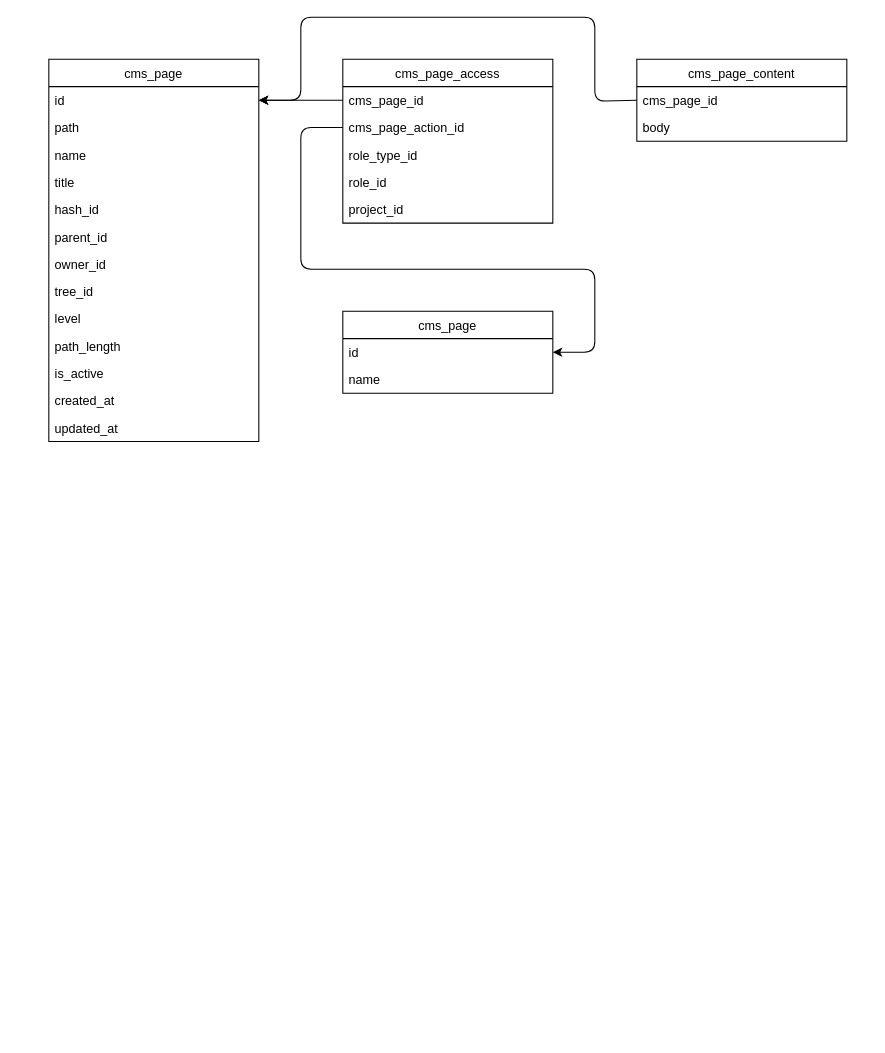
Before: Untitled Diagram.drawio in snu1743/yii2-flcms, a draw.io diagram. Source tidied: cells renumbered, new cells numbered last; positions are measured from the earlier drawing's top-left corner, leaving out a move shared by most shapes. Both pictures are drawn from the tidied source at 105%, with x=0, y=0 at pixel (48, 17).
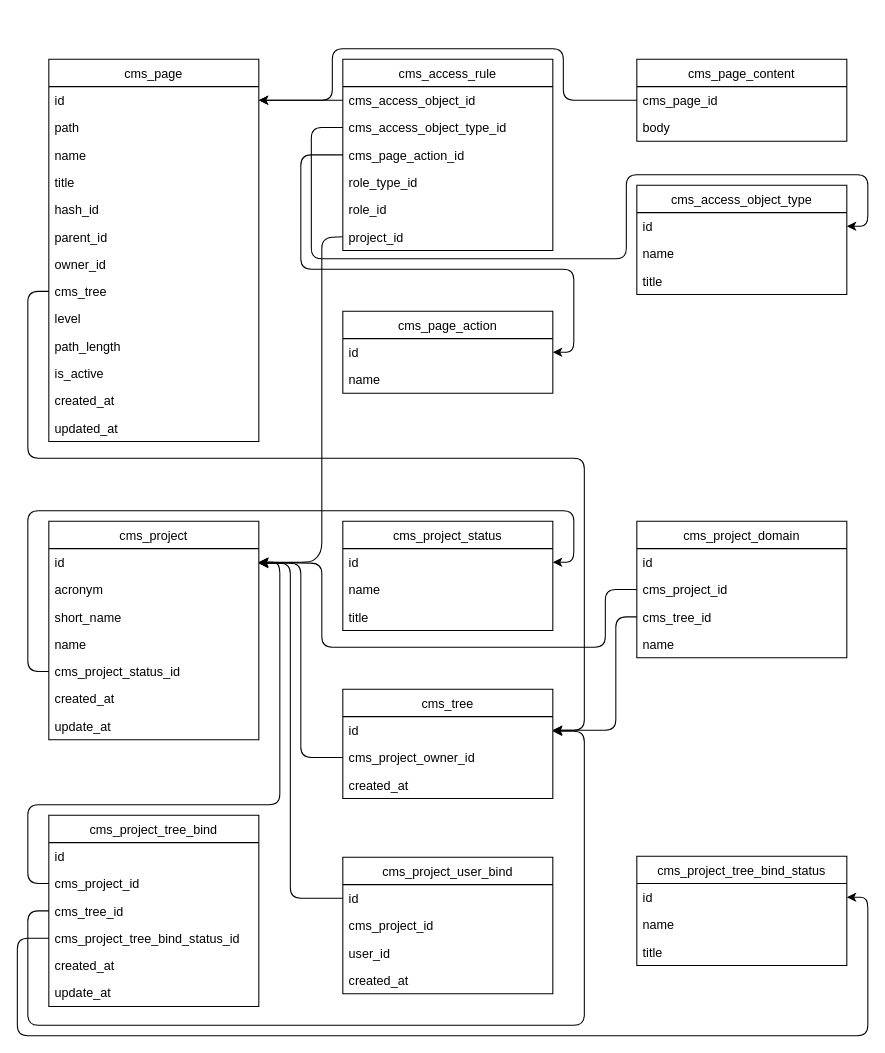
After the change.

Unchanged cells that the change refers to:
```xml
<mxCell id="2" value="cms_page" style="swimlane;fontStyle=0;horizontal=1;startSize=26;" parent="1" vertex="1">
  <mxGeometry y="40" width="200" height="364" as="geometry" />
</mxCell>
<mxCell id="3" value="id" style="text;strokeColor=none;fillColor=none;align=left;verticalAlign=top;spacingLeft=4;spacingRight=4;overflow=hidden;points=[[0,0.5],[1,0.5]];portConstraint=eastwest;" parent="2" vertex="1">
  <mxGeometry y="26" width="200" height="26" as="geometry" />
</mxCell>
<mxCell id="24" value="id" style="text;strokeColor=none;fillColor=none;align=left;verticalAlign=top;spacingLeft=4;spacingRight=4;overflow=hidden;points=[[0,0.5],[1,0.5]];portConstraint=eastwest;" parent="23" vertex="1">
  <mxGeometry y="26" width="200" height="26" as="geometry" />
</mxCell>
<mxCell id="28" value="cms_page_id" style="text;strokeColor=none;fillColor=none;align=left;verticalAlign=top;spacingLeft=4;spacingRight=4;overflow=hidden;points=[[0,0.5],[1,0.5]];portConstraint=eastwest;" parent="27" vertex="1">
  <mxGeometry y="26" width="200" height="26" as="geometry" />
</mxCell>
```

Diff of the diagram source:
```diff
@@
-    <mxCell id="10" value="tree_id" style="text;strokeColor=none;fillColor=none;align=left;verticalAlign=top;spacingLeft=4;spacingRight=4;overflow=hidden;points=[[0,0.5],[1,0.5]];portConstraint=eastwest;" parent="2" vertex="1">
+    <mxCell id="10" value="cms_tree" style="text;strokeColor=none;fillColor=none;align=left;verticalAlign=top;spacingLeft=4;spacingRight=4;overflow=hidden;points=[[0,0.5],[1,0.5]];portConstraint=eastwest;" parent="2" vertex="1">
       <mxGeometry y="208" width="200" height="26" as="geometry" />
     </mxCell>
@@
-    <mxCell id="16" value="cms_page_access" style="swimlane;fontStyle=0;horizontal=1;startSize=26;" parent="1" vertex="1">
-      <mxGeometry x="280" y="40" width="200" height="156" as="geometry" />
+    <mxCell id="16" value="cms_access_rule" style="swimlane;fontStyle=0;horizontal=1;startSize=26;" parent="1" vertex="1">
+      <mxGeometry x="280" y="40" width="200" height="182" as="geometry" />
     </mxCell>
-    <mxCell id="17" value="cms_page_id" style="text;strokeColor=none;fillColor=none;align=left;verticalAlign=top;spacingLeft=4;spacingRight=4;overflow=hidden;points=[[0,0.5],[1,0.5]];portConstraint=eastwest;" parent="16" vertex="1">
+    <mxCell id="17" value="cms_access_object_id" style="text;strokeColor=none;fillColor=none;align=left;verticalAlign=top;spacingLeft=4;spacingRight=4;overflow=hidden;points=[[0,0.5],[1,0.5]];portConstraint=eastwest;" parent="16" vertex="1">
       <mxGeometry y="26" width="200" height="26" as="geometry" />
     </mxCell>
+    <mxCell id="31" value="cms_access_object_type_id" style="text;strokeColor=none;fillColor=none;align=left;verticalAlign=top;spacingLeft=4;spacingRight=4;overflow=hidden;points=[[0,0.5],[1,0.5]];portConstraint=eastwest;" parent="16" vertex="1">
+      <mxGeometry y="52" width="200" height="26" as="geometry" />
+    </mxCell>
     <mxCell id="18" value="cms_page_action_id" style="text;strokeColor=none;fillColor=none;align=left;verticalAlign=top;spacingLeft=4;spacingRight=4;overflow=hidden;points=[[0,0.5],[1,0.5]];portConstraint=eastwest;" parent="16" vertex="1">
-      <mxGeometry y="52" width="200" height="26" as="geometry" />
+      <mxGeometry y="78" width="200" height="26" as="geometry" />
     </mxCell>
     <mxCell id="19" value="role_type_id" style="text;strokeColor=none;fillColor=none;align=left;verticalAlign=top;spacingLeft=4;spacingRight=4;overflow=hidden;" parent="16" vertex="1">
-      <mxGeometry y="78" width="200" height="26" as="geometry" />
+      <mxGeometry y="104" width="200" height="26" as="geometry" />
     </mxCell>
     <mxCell id="20" value="role_id" style="text;strokeColor=none;fillColor=none;align=left;verticalAlign=top;spacingLeft=4;spacingRight=4;overflow=hidden;" parent="16" vertex="1">
-      <mxGeometry y="104" width="200" height="26" as="geometry" />
+      <mxGeometry y="130" width="200" height="26" as="geometry" />
     </mxCell>
     <mxCell id="21" value="project_id" style="text;strokeColor=none;fillColor=none;align=left;verticalAlign=top;spacingLeft=4;spacingRight=4;overflow=hidden;points=[[0,0.5],[1,0.5]];portConstraint=eastwest;" parent="16" vertex="1">
-      <mxGeometry y="130" width="200" height="26" as="geometry" />
+      <mxGeometry y="156" width="200" height="26" as="geometry" />
     </mxCell>
@@
-    <mxCell id="23" value="cms_page" style="swimlane;fontStyle=0;horizontal=1;startSize=26;" parent="1" vertex="1">
+    <mxCell id="23" value="cms_page_action" style="swimlane;fontStyle=0;horizontal=1;startSize=26;" parent="1" vertex="1">
       <mxGeometry x="280" y="280" width="200" height="78" as="geometry" />
     </mxCell>
@@
     <mxCell id="26" style="endArrow=classic;html=1;exitX=0;exitY=0.5;exitDx=0;exitDy=0;entryX=1;entryY=0.5;entryDx=0;entryDy=0;" parent="1" edge="1" source="18" target="24">
       <mxGeometry relative="1" as="geometry">
         <Array as="points">
-          <mxPoint x="240" y="105" />
+          <mxPoint x="240" y="131" />
           <mxPoint x="240" y="240" />
-          <mxPoint x="520" y="240" />
-          <mxPoint x="520" y="319" />
+          <mxPoint x="500" y="240" />
+          <mxPoint x="500" y="319" />
         </Array>
       </mxGeometry>
     </mxCell>
@@
     <mxCell id="30" style="endArrow=classic;html=1;exitX=0;exitY=0.5;exitDx=0;exitDy=0;entryX=1;entryY=0.5;entryDx=0;entryDy=0;" parent="1" edge="1" source="28" target="3">
       <mxGeometry relative="1" as="geometry">
         <Array as="points">
-          <mxPoint x="520" y="80" />
-          <mxPoint x="520" />
-          <mxPoint x="240" />
-          <mxPoint x="240" y="79" />
+          <mxPoint x="490" y="79" />
+          <mxPoint x="490" y="30" />
+          <mxPoint x="270" y="30" />
+          <mxPoint x="270" y="79" />
         </Array>
       </mxGeometry>
     </mxCell>
+    <mxCell id="32" value="cms_access_object_type" style="swimlane;fontStyle=0;horizontal=1;startSize=26;" parent="1" vertex="1">
+      <mxGeometry x="560" y="160" width="200" height="104" as="geometry" />
+    </mxCell>
+    <mxCell id="33" value="id" style="text;strokeColor=none;fillColor=none;align=left;verticalAlign=top;spacingLeft=4;spacingRight=4;overflow=hidden;points=[[0,0.5],[1,0.5]];portConstraint=eastwest;" parent="32" vertex="1">
+      <mxGeometry y="26" width="200" height="26" as="geometry" />
+    </mxCell>
+    <mxCell id="34" value="name" style="text;strokeColor=none;fillColor=none;align=left;verticalAlign=top;spacingLeft=4;spacingRight=4;overflow=hidden;" parent="32" vertex="1">
+      <mxGeometry y="52" width="200" height="26" as="geometry" />
+    </mxCell>
+    <mxCell id="35" value="title" style="text;strokeColor=none;fillColor=none;align=left;verticalAlign=top;spacingLeft=4;spacingRight=4;overflow=hidden;" parent="32" vertex="1">
+      <mxGeometry y="78" width="200" height="26" as="geometry" />
+    </mxCell>
+    <mxCell id="36" style="endArrow=classic;html=1;exitX=0;exitY=0.5;exitDx=0;exitDy=0;entryX=1;entryY=0.5;entryDx=0;entryDy=0;" parent="1" edge="1" source="31" target="33">
+      <mxGeometry relative="1" as="geometry">
+        <Array as="points">
+          <mxPoint x="250" y="105" />
+          <mxPoint x="250" y="230" />
+          <mxPoint x="550" y="230" />
+          <mxPoint x="550" y="150" />
+          <mxPoint x="780" y="150" />
+          <mxPoint x="780" y="199" />
+        </Array>
+      </mxGeometry>
+    </mxCell>
+    <mxCell id="37" value="cms_project" style="swimlane;fontStyle=0;horizontal=1;startSize=26;" parent="1" vertex="1">
+      <mxGeometry y="480" width="200" height="208" as="geometry" />
+    </mxCell>
+    <mxCell id="38" value="id" style="text;strokeColor=none;fillColor=none;align=left;verticalAlign=top;spacingLeft=4;spacingRight=4;overflow=hidden;points=[[0,0.5],[1,0.5]];portConstraint=eastwest;" parent="37" vertex="1">
+      <mxGeometry y="26" width="200" height="26" as="geometry" />
+    </mxCell>
+    <mxCell id="39" value="acronym" style="text;strokeColor=none;fillColor=none;align=left;verticalAlign=top;spacingLeft=4;spacingRight=4;overflow=hidden;" parent="37" vertex="1">
+      <mxGeometry y="52" width="200" height="26" as="geometry" />
+    </mxCell>
+    <mxCell id="40" value="short_name" style="text;strokeColor=none;fillColor=none;align=left;verticalAlign=top;spacingLeft=4;spacingRight=4;overflow=hidden;" parent="37" vertex="1">
+      <mxGeometry y="78" width="200" height="26" as="geometry" />
+    </mxCell>
+    <mxCell id="41" value="name" style="text;strokeColor=none;fillColor=none;align=left;verticalAlign=top;spacingLeft=4;spacingRight=4;overflow=hidden;" parent="37" vertex="1">
+      <mxGeometry y="104" width="200" height="26" as="geometry" />
+    </mxCell>
+    <mxCell id="42" value="cms_project_status_id" style="text;strokeColor=none;fillColor=none;align=left;verticalAlign=top;spacingLeft=4;spacingRight=4;overflow=hidden;points=[[0,0.5],[1,0.5]];portConstraint=eastwest;" parent="37" vertex="1">
+      <mxGeometry y="130" width="200" height="26" as="geometry" />
+    </mxCell>
+    <mxCell id="43" value="created_at" style="text;strokeColor=none;fillColor=none;align=left;verticalAlign=top;spacingLeft=4;spacingRight=4;overflow=hidden;" parent="37" vertex="1">
+      <mxGeometry y="156" width="200" height="26" as="geometry" />
+    </mxCell>
+    <mxCell id="44" value="update_at" style="text;strokeColor=none;fillColor=none;align=left;verticalAlign=top;spacingLeft=4;spacingRight=4;overflow=hidden;" parent="37" vertex="1">
+      <mxGeometry y="182" width="200" height="26" as="geometry" />
+    </mxCell>
+    <mxCell id="45" value="cms_project_status" style="swimlane;fontStyle=0;horizontal=1;startSize=26;" parent="1" vertex="1">
+      <mxGeometry x="280" y="480" width="200" height="104" as="geometry" />
+    </mxCell>
+    <mxCell id="46" value="id" style="text;strokeColor=none;fillColor=none;align=left;verticalAlign=top;spacingLeft=4;spacingRight=4;overflow=hidden;points=[[0,0.5],[1,0.5]];portConstraint=eastwest;" parent="45" vertex="1">
+      <mxGeometry y="26" width="200" height="26" as="geometry" />
+    </mxCell>
+    <mxCell id="47" value="name" style="text;strokeColor=none;fillColor=none;align=left;verticalAlign=top;spacingLeft=4;spacingRight=4;overflow=hidden;" parent="45" vertex="1">
+      <mxGeometry y="52" width="200" height="26" as="geometry" />
+    </mxCell>
+    <mxCell id="48" value="title" style="text;strokeColor=none;fillColor=none;align=left;verticalAlign=top;spacingLeft=4;spacingRight=4;overflow=hidden;" parent="45" vertex="1">
+      <mxGeometry y="78" width="200" height="26" as="geometry" />
+    </mxCell>
+    <mxCell id="49" style="endArrow=classic;html=1;exitX=0;exitY=0.5;exitDx=0;exitDy=0;entryX=1;entryY=0.5;entryDx=0;entryDy=0;" parent="1" edge="1" source="42" target="46">
+      <mxGeometry relative="1" as="geometry">
+        <Array as="points">
+          <mxPoint x="-20" y="623" />
+          <mxPoint x="-20" y="470" />
+          <mxPoint x="500" y="470" />
+          <mxPoint x="500" y="519" />
+        </Array>
+      </mxGeometry>
+    </mxCell>
+    <mxCell id="50" style="endArrow=classic;html=1;exitX=0;exitY=0.5;exitDx=0;exitDy=0;entryX=1;entryY=0.5;entryDx=0;entryDy=0;" parent="1" edge="1" source="21" target="38">
+      <mxGeometry relative="1" as="geometry">
+        <Array as="points">
+          <mxPoint x="260" y="210" />
+          <mxPoint x="260" y="510" />
+          <mxPoint x="250" y="519" />
+        </Array>
+      </mxGeometry>
+    </mxCell>
+    <mxCell id="51" value="cms_project_domain" style="swimlane;fontStyle=0;horizontal=1;startSize=26;" parent="1" vertex="1">
+      <mxGeometry x="560" y="480" width="200" height="130" as="geometry" />
+    </mxCell>
+    <mxCell id="52" value="id" style="text;strokeColor=none;fillColor=none;align=left;verticalAlign=top;spacingLeft=4;spacingRight=4;overflow=hidden;" parent="51" vertex="1">
+      <mxGeometry y="26" width="200" height="26" as="geometry" />
+    </mxCell>
+    <mxCell id="53" value="cms_project_id" style="text;strokeColor=none;fillColor=none;align=left;verticalAlign=top;spacingLeft=4;spacingRight=4;overflow=hidden;points=[[0,0.5],[1,0.5]];portConstraint=eastwest;" parent="51" vertex="1">
+      <mxGeometry y="52" width="200" height="26" as="geometry" />
+    </mxCell>
+    <mxCell id="54" value="cms_tree_id" style="text;strokeColor=none;fillColor=none;align=left;verticalAlign=top;spacingLeft=4;spacingRight=4;overflow=hidden;points=[[0,0.5],[1,0.5]];portConstraint=eastwest;" parent="51" vertex="1">
+      <mxGeometry y="78" width="200" height="26" as="geometry" />
+    </mxCell>
+    <mxCell id="55" value="name" style="text;strokeColor=none;fillColor=none;align=left;verticalAlign=top;spacingLeft=4;spacingRight=4;overflow=hidden;" parent="51" vertex="1">
+      <mxGeometry y="104" width="200" height="26" as="geometry" />
+    </mxCell>
+    <mxCell id="56" style="endArrow=classic;html=1;exitX=0;exitY=0.5;exitDx=0;exitDy=0;entryX=1;entryY=0.5;entryDx=0;entryDy=0;" parent="1" edge="1" source="53" target="38">
+      <mxGeometry relative="1" as="geometry">
+        <Array as="points">
+          <mxPoint x="530" y="545" />
+          <mxPoint x="530" y="600" />
+          <mxPoint x="260" y="600" />
+          <mxPoint x="260" y="520" />
+        </Array>
+      </mxGeometry>
+    </mxCell>
+    <mxCell id="57" value="cms_tree" style="swimlane;fontStyle=0;horizontal=1;startSize=26;" parent="1" vertex="1">
+      <mxGeometry x="280" y="640" width="200" height="104" as="geometry" />
+    </mxCell>
+    <mxCell id="58" value="id" style="text;strokeColor=none;fillColor=none;align=left;verticalAlign=top;spacingLeft=4;spacingRight=4;overflow=hidden;points=[[0,0.5],[1,0.5]];portConstraint=eastwest;" parent="57" vertex="1">
+      <mxGeometry y="26" width="200" height="26" as="geometry" />
+    </mxCell>
+    <mxCell id="59" value="cms_project_owner_id" style="text;strokeColor=none;fillColor=none;align=left;verticalAlign=top;spacingLeft=4;spacingRight=4;overflow=hidden;points=[[0,0.5],[1,0.5]];portConstraint=eastwest;" parent="57" vertex="1">
+      <mxGeometry y="52" width="200" height="26" as="geometry" />
+    </mxCell>
+    <mxCell id="60" value="created_at" style="text;strokeColor=none;fillColor=none;align=left;verticalAlign=top;spacingLeft=4;spacingRight=4;overflow=hidden;" parent="57" vertex="1">
+      <mxGeometry y="78" width="200" height="26" as="geometry" />
+    </mxCell>
+    <mxCell id="61" style="endArrow=classic;html=1;exitX=0;exitY=0.5;exitDx=0;exitDy=0;" parent="1" edge="1" source="59">
+      <mxGeometry relative="1" as="geometry">
+        <mxPoint x="200" y="520" as="targetPoint" />
+        <Array as="points">
+          <mxPoint x="240" y="705" />
+          <mxPoint x="240" y="520" />
+        </Array>
+      </mxGeometry>
+    </mxCell>
+    <mxCell id="62" style="endArrow=classic;html=1;exitX=0;exitY=0.5;exitDx=0;exitDy=0;entryX=1;entryY=0.5;entryDx=0;entryDy=0;" parent="1" edge="1" source="10" target="58">
+      <mxGeometry relative="1" as="geometry">
+        <Array as="points">
+          <mxPoint x="-20" y="261" />
+          <mxPoint x="-20" y="420" />
+          <mxPoint x="510" y="420" />
+          <mxPoint x="510" y="679" />
+        </Array>
+      </mxGeometry>
+    </mxCell>
+    <mxCell id="63" value="cms_project_tree_bind" style="swimlane;fontStyle=0;horizontal=1;startSize=26;" parent="1" vertex="1">
+      <mxGeometry y="760" width="200" height="182" as="geometry" />
+    </mxCell>
+    <mxCell id="64" value="id" style="text;strokeColor=none;fillColor=none;align=left;verticalAlign=top;spacingLeft=4;spacingRight=4;overflow=hidden;" parent="63" vertex="1">
+      <mxGeometry y="26" width="200" height="26" as="geometry" />
+    </mxCell>
+    <mxCell id="65" value="cms_project_id" style="text;strokeColor=none;fillColor=none;align=left;verticalAlign=top;spacingLeft=4;spacingRight=4;overflow=hidden;points=[[0,0.5],[1,0.5]];portConstraint=eastwest;" parent="63" vertex="1">
+      <mxGeometry y="52" width="200" height="26" as="geometry" />
+    </mxCell>
+    <mxCell id="66" value="cms_tree_id" style="text;strokeColor=none;fillColor=none;align=left;verticalAlign=top;spacingLeft=4;spacingRight=4;overflow=hidden;points=[[0,0.5],[1,0.5]];portConstraint=eastwest;" parent="63" vertex="1">
+      <mxGeometry y="78" width="200" height="26" as="geometry" />
+    </mxCell>
+    <mxCell id="67" value="cms_project_tree_bind_status_id" style="text;strokeColor=none;fillColor=none;align=left;verticalAlign=top;spacingLeft=4;spacingRight=4;overflow=hidden;points=[[0,0.5],[1,0.5]];portConstraint=eastwest;" parent="63" vertex="1">
+      <mxGeometry y="104" width="200" height="26" as="geometry" />
+    </mxCell>
+    <mxCell id="68" value="created_at" style="text;strokeColor=none;fillColor=none;align=left;verticalAlign=top;spacingLeft=4;spacingRight=4;overflow=hidden;" parent="63" vertex="1">
+      <mxGeometry y="130" width="200" height="26" as="geometry" />
+    </mxCell>
+    <mxCell id="69" value="update_at" style="text;strokeColor=none;fillColor=none;align=left;verticalAlign=top;spacingLeft=4;spacingRight=4;overflow=hidden;" parent="63" vertex="1">
+      <mxGeometry y="156" width="200" height="26" as="geometry" />
+    </mxCell>
+    <mxCell id="70" value="cms_project_user_bind" style="swimlane;fontStyle=0;horizontal=1;startSize=26;" parent="1" vertex="1">
+      <mxGeometry x="280" y="800" width="200" height="130" as="geometry" />
+    </mxCell>
+    <mxCell id="71" value="id" style="text;strokeColor=none;fillColor=none;align=left;verticalAlign=top;spacingLeft=4;spacingRight=4;overflow=hidden;points=[[0,0.5],[1,0.5]];portConstraint=eastwest;" parent="70" vertex="1">
+      <mxGeometry y="26" width="200" height="26" as="geometry" />
+    </mxCell>
+    <mxCell id="72" value="cms_project_id" style="text;strokeColor=none;fillColor=none;align=left;verticalAlign=top;spacingLeft=4;spacingRight=4;overflow=hidden;" parent="70" vertex="1">
+      <mxGeometry y="52" width="200" height="26" as="geometry" />
+    </mxCell>
+    <mxCell id="73" value="user_id" style="text;strokeColor=none;fillColor=none;align=left;verticalAlign=top;spacingLeft=4;spacingRight=4;overflow=hidden;" parent="70" vertex="1">
+      <mxGeometry y="78" width="200" height="26" as="geometry" />
+    </mxCell>
+    <mxCell id="74" value="created_at" style="text;strokeColor=none;fillColor=none;align=left;verticalAlign=top;spacingLeft=4;spacingRight=4;overflow=hidden;" parent="70" vertex="1">
+      <mxGeometry y="104" width="200" height="26" as="geometry" />
+    </mxCell>
+    <mxCell id="75" value="cms_project_tree_bind_status" style="swimlane;fontStyle=0;horizontal=1;startSize=26;" parent="1" vertex="1">
+      <mxGeometry x="560" y="799" width="200" height="104" as="geometry" />
+    </mxCell>
+    <mxCell id="76" value="id" style="text;strokeColor=none;fillColor=none;align=left;verticalAlign=top;spacingLeft=4;spacingRight=4;overflow=hidden;points=[[0,0.5],[1,0.5]];portConstraint=eastwest;" parent="75" vertex="1">
+      <mxGeometry y="26" width="200" height="26" as="geometry" />
+    </mxCell>
+    <mxCell id="77" value="name" style="text;strokeColor=none;fillColor=none;align=left;verticalAlign=top;spacingLeft=4;spacingRight=4;overflow=hidden;" parent="75" vertex="1">
+      <mxGeometry y="52" width="200" height="26" as="geometry" />
+    </mxCell>
+    <mxCell id="78" value="title" style="text;strokeColor=none;fillColor=none;align=left;verticalAlign=top;spacingLeft=4;spacingRight=4;overflow=hidden;" parent="75" vertex="1">
+      <mxGeometry y="78" width="200" height="26" as="geometry" />
+    </mxCell>
+    <mxCell id="79" style="endArrow=classic;html=1;exitX=0;exitY=0.5;exitDx=0;exitDy=0;entryX=1;entryY=0.5;entryDx=0;entryDy=0;" parent="1" edge="1" source="65" target="38">
+      <mxGeometry relative="1" as="geometry">
+        <Array as="points">
+          <mxPoint x="-20" y="825" />
+          <mxPoint x="-20" y="750" />
+          <mxPoint x="220" y="750" />
+          <mxPoint x="220" y="519" />
+        </Array>
+      </mxGeometry>
+    </mxCell>
+    <mxCell id="80" style="endArrow=classic;html=1;exitX=0;exitY=0.5;exitDx=0;exitDy=0;" parent="1" edge="1" source="66">
+      <mxGeometry relative="1" as="geometry">
+        <mxPoint x="480" y="680" as="targetPoint" />
+        <Array as="points">
+          <mxPoint x="-20" y="851" />
+          <mxPoint x="-20" y="960" />
+          <mxPoint x="510" y="960" />
+          <mxPoint x="510" y="680" />
+        </Array>
+      </mxGeometry>
+    </mxCell>
+    <mxCell id="81" style="endArrow=classic;html=1;exitX=0;exitY=0.5;exitDx=0;exitDy=0;entryX=1;entryY=0.5;entryDx=0;entryDy=0;" parent="1" edge="1" source="67" target="76">
+      <mxGeometry relative="1" as="geometry">
+        <Array as="points">
+          <mxPoint x="-30" y="877" />
+          <mxPoint x="-30" y="970" />
+          <mxPoint x="780" y="970" />
+          <mxPoint x="780" y="838" />
+        </Array>
+      </mxGeometry>
+    </mxCell>
+    <mxCell id="82" style="endArrow=classic;html=1;exitX=0;exitY=0.5;exitDx=0;exitDy=0;" parent="1" edge="1" source="71">
+      <mxGeometry relative="1" as="geometry">
+        <mxPoint x="200" y="520" as="targetPoint" />
+        <Array as="points">
+          <mxPoint x="230" y="839" />
+          <mxPoint x="230" y="520" />
+        </Array>
+      </mxGeometry>
+    </mxCell>
+    <mxCell id="83" style="endArrow=classic;html=1;exitX=0;exitY=0.5;exitDx=0;exitDy=0;entryX=1;entryY=0.5;entryDx=0;entryDy=0;" parent="1" edge="1" source="54" target="58">
+      <mxGeometry relative="1" as="geometry">
+        <Array as="points">
+          <mxPoint x="540" y="571" />
+          <mxPoint x="540" y="679" />
+        </Array>
+      </mxGeometry>
+    </mxCell>
```
